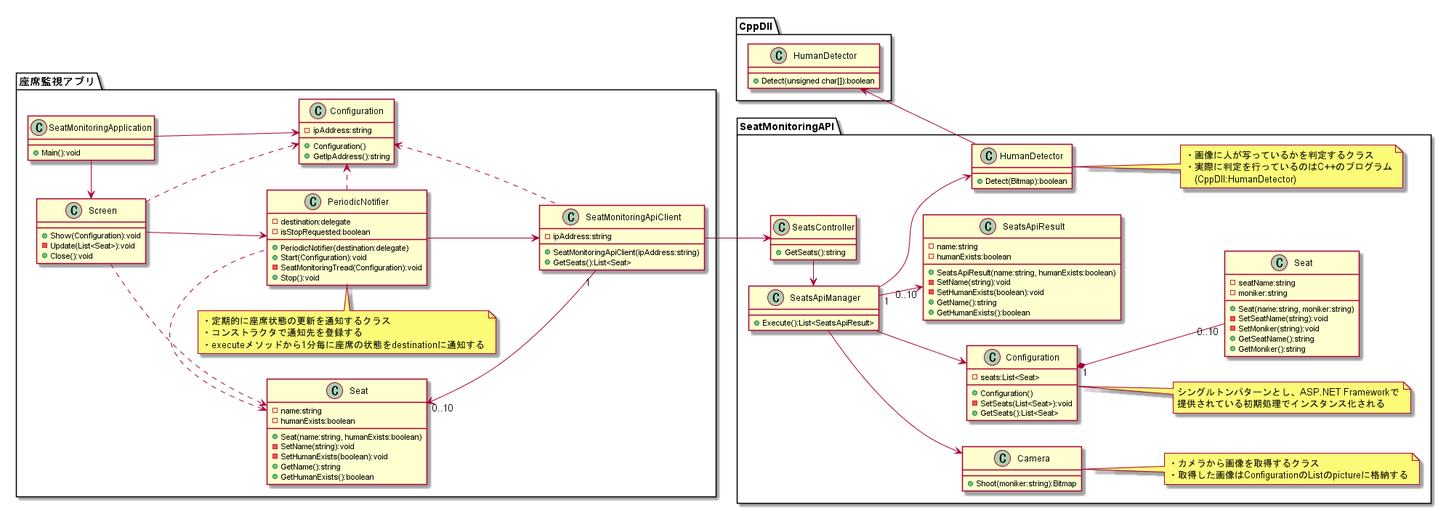
Earlier version of the PlantUML export doc/詳細設計/詳細設計書/構成図/クラス図.png (KeisukeSugita/Seat-monitoring-system).
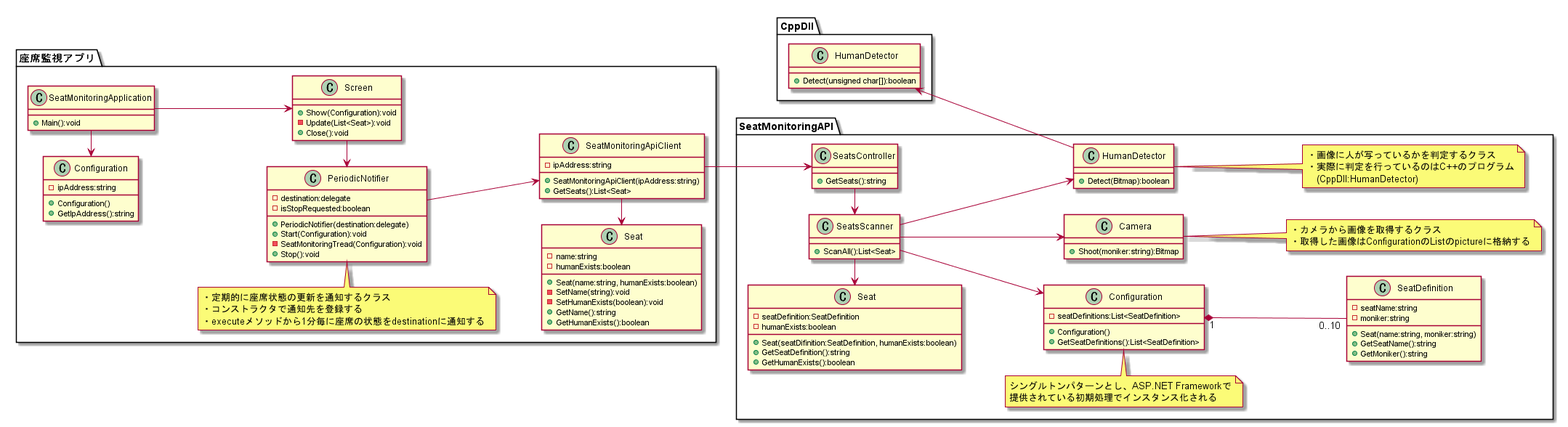
After the change.

What changed in the source:
```diff
@@ -54,17 +54,16 @@
         + GetSeats():string
     }
 
-    class SeatsApiManager {
-        + Execute():List<SeatsApiResult>
+    class SeatsScanner {
+        + ScanAll():List<Seat>
     }
 
     class "Configuration" as ServerConfiguration {
-        - seats:List<Seat>
+        - seatDefinitions:List<SeatDefinition>
         + Configuration()
-        - SetSeats(List<Seat>):void
-        + GetSeats():List<Seat>
+        + GetSeatDefinitions():List<SeatDefinition>
     }
-	note right of ServerConfiguration
+	note top of ServerConfiguration
 		シングルトンパターンとし、ASP.NET Frameworkで
 		提供されている初期処理でインスタンス化される
 	end note
@@ -86,23 +85,19 @@
         　(CppDll:HumanDetector)
     end note
 
-    class "Seat" as ServerSeat {
+    class SeatDefinition {
         - seatName:string
         - moniker:string
         + Seat(name:string, moniker:string)
-        - SetSeatName(string):void
-        - SetMoniker(string):void
         + GetSeatName():string
         + GetMoniker():string
     }
 
-    class SeatsApiResult {
-        - name:string
+    class Seat {
+        - seatDefinition:SeatDefinition
         - humanExists:boolean
-        + SeatsApiResult(name:string, humanExists:boolean)
-        - SetName(string):void
-        - SetHumanExists(boolean):void
-        + GetName():string
+        + Seat(seatDifinition:SeatDefinition, humanExists:boolean)
+        + GetSeatDefinition():string
         + GetHumanExists():boolean
     }
 }
@@ -113,23 +108,18 @@
     }
 }
 
-SeatMonitoringApplication -> ClientConfiguration
-SeatMonitoringApplication -left-> Screen
-Screen -down-> PeriodicNotifier
-PeriodicNotifier -down-> SeatMonitoringApiClient
-PeriodicNotifier .> ClientConfiguration
-PeriodicNotifier .left.> ClientSeat
-Screen .> ClientSeat
-Screen .> ClientConfiguration
-SeatMonitoringApiClient .left.> ClientConfiguration
-SeatMonitoringApiClient "1"-left->"0..10" ClientSeat
+SeatMonitoringApplication -left-> ClientConfiguration
+SeatMonitoringApplication --> Screen
+Screen -left-> PeriodicNotifier
+PeriodicNotifier --> SeatMonitoringApiClient
+SeatMonitoringApiClient -left-> ClientSeat
 SeatMonitoringApiClient -down-> SeatsController
-SeatsController -left-> SeatsApiManager
-ServerConfiguration "1"*-down-"0..10" ServerSeat
-SeatsApiManager --> ServerConfiguration
-SeatsApiManager --> Camera
-SeatsApiManager --> CsHumanDetector
-SeatsApiManager "1"-->"0..10" SeatsApiResult
+SeatsController -left-> SeatsScanner
+ServerConfiguration "1"*-down-"0..10" SeatDefinition
+SeatsScanner --> ServerConfiguration
+SeatsScanner --> Camera
+SeatsScanner --> CsHumanDetector
+SeatsScanner -left-> Seat
 CppHumanDetector <-- CsHumanDetector
 
 @enduml
```
